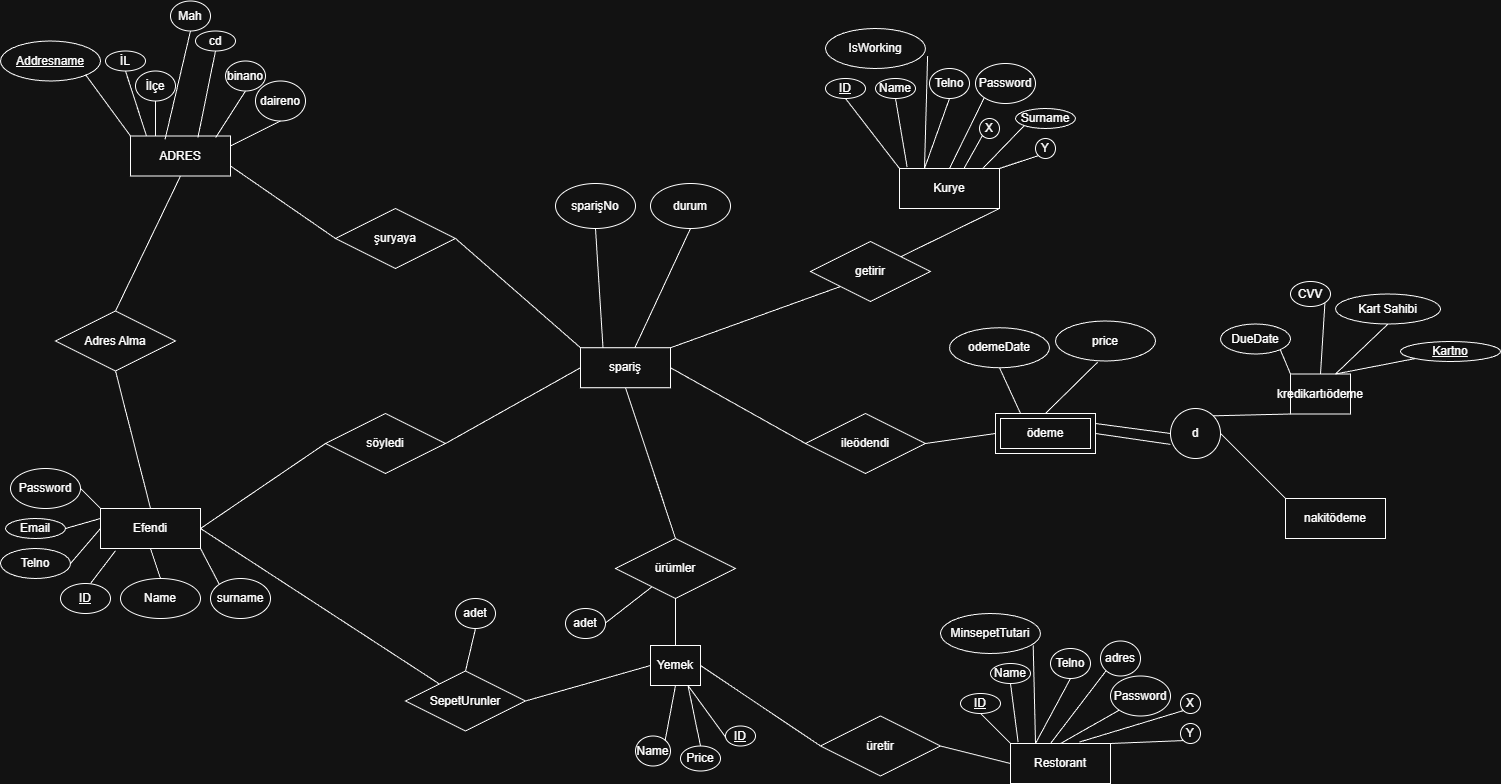
Before: raporlar/EER.png, a diagram exported from draw.io (DemirDorukDilek/TekneEkmegi). Source tidied: cells renumbered, new cells last; positions are measured from the earlier drawing's top-left corner, leaving out a move shared by most shapes.
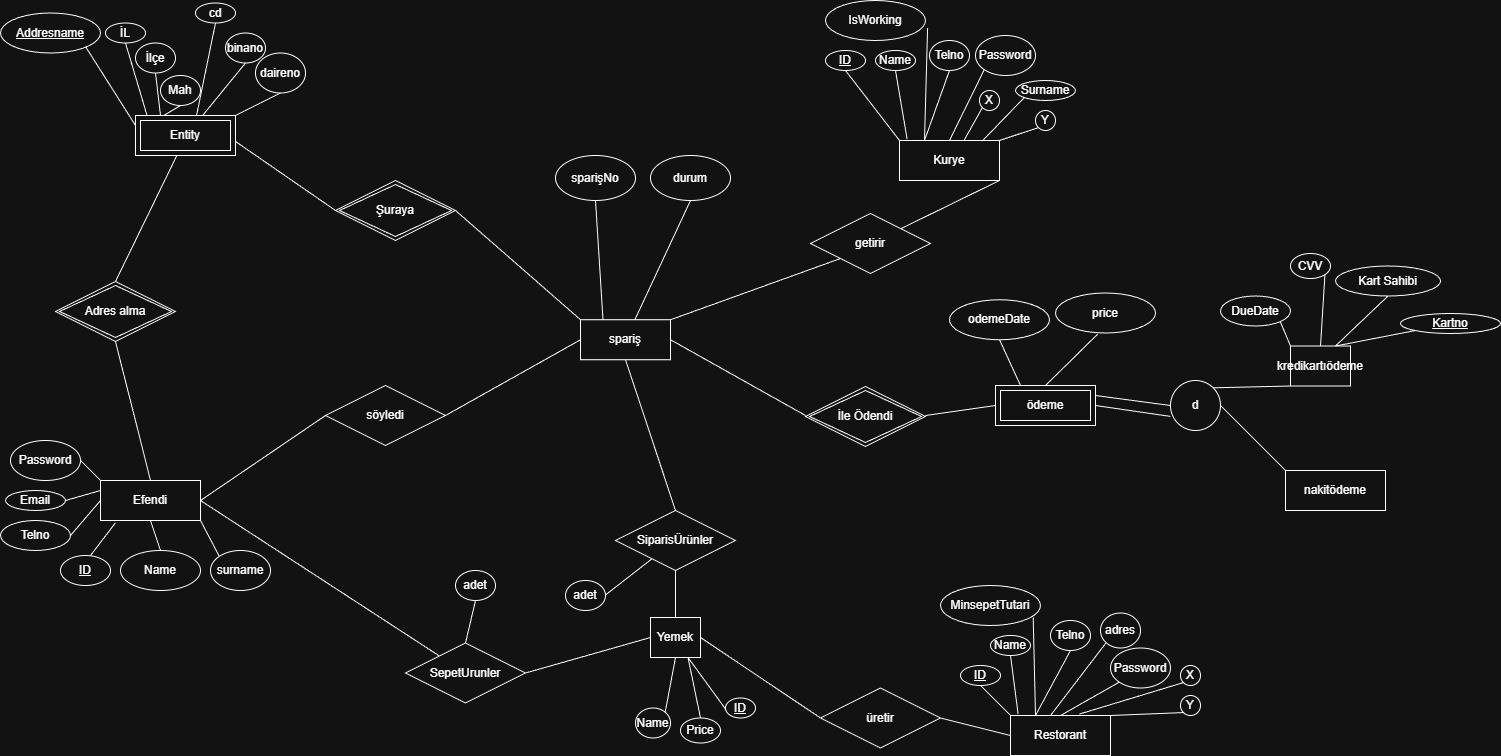
After the commit.

Change to the diagram source:
```diff
@@ -164,50 +164,49 @@
     <mxCell id="55" style="endArrow=none;html=1;rounded=0;entryX=0.5;entryY=0;entryDx=0;entryDy=0;exitX=0.75;exitY=1;exitDx=0;exitDy=0;" parent="1" edge="1" source="49" target="54">
       <mxGeometry relative="1" as="geometry" />
     </mxCell>
-    <mxCell id="56" value="ADRES" style="whiteSpace=wrap;html=1;align=center;" parent="1" vertex="1">
-      <mxGeometry x="130" y="135.5" width="100" height="40" as="geometry" />
-    </mxCell>
     <mxCell id="57" value="Addresname" style="ellipse;whiteSpace=wrap;html=1;align=center;fontStyle=4;" parent="1" vertex="1">
       <mxGeometry y="40.5" width="100" height="40" as="geometry" />
     </mxCell>
-    <mxCell id="58" style="endArrow=none;html=1;rounded=0;exitX=1;exitY=1;exitDx=0;exitDy=0;entryX=0;entryY=0;entryDx=0;entryDy=0;" parent="1" edge="1" source="57" target="56">
+    <mxCell id="58" style="endArrow=none;html=1;rounded=0;exitX=1;exitY=1;exitDx=0;exitDy=0;entryX=0;entryY=0.25;entryDx=0;entryDy=0;" parent="1" edge="1" source="57" target="124">
       <mxGeometry relative="1" as="geometry" />
     </mxCell>
     <mxCell id="59" value="İL" style="ellipse;whiteSpace=wrap;html=1;align=center;" parent="1" vertex="1">
       <mxGeometry x="105" y="50.5" width="40" height="20" as="geometry" />
     </mxCell>
-    <mxCell id="60" style="endArrow=none;html=1;rounded=0;exitX=0.5;exitY=1;exitDx=0;exitDy=0;entryX=0.159;entryY=-0.006;entryDx=0;entryDy=0;entryPerimeter=0;" parent="1" edge="1" source="59" target="56">
+    <mxCell id="60" style="endArrow=none;html=1;rounded=0;exitX=0.5;exitY=1;exitDx=0;exitDy=0;entryX=0.12;entryY=0.039;entryDx=0;entryDy=0;entryPerimeter=0;" parent="1" edge="1" source="59" target="124">
       <mxGeometry relative="1" as="geometry" />
     </mxCell>
     <mxCell id="61" value="İlçe" style="ellipse;whiteSpace=wrap;html=1;align=center;" parent="1" vertex="1">
       <mxGeometry x="135" y="70.5" width="40" height="30" as="geometry" />
     </mxCell>
-    <mxCell id="62" style="endArrow=none;html=1;rounded=0;exitX=0.5;exitY=1;exitDx=0;exitDy=0;entryX=0.25;entryY=0;entryDx=0;entryDy=0;" parent="1" edge="1" source="61" target="56">
+    <mxCell id="62" style="endArrow=none;html=1;rounded=0;exitX=0.5;exitY=1;exitDx=0;exitDy=0;entryX=0.25;entryY=0;entryDx=0;entryDy=0;" parent="1" edge="1" source="61" target="124">
       <mxGeometry relative="1" as="geometry" />
     </mxCell>
     <mxCell id="63" value="Mah" style="ellipse;whiteSpace=wrap;html=1;align=center;" parent="1" vertex="1">
-      <mxGeometry x="170" y="0.5" width="40" height="30" as="geometry" />
+      <mxGeometry x="160" y="103" width="40" height="30" as="geometry" />
     </mxCell>
-    <mxCell id="64" style="endArrow=none;html=1;rounded=0;exitX=0.5;exitY=1;exitDx=0;exitDy=0;entryX=0.346;entryY=0.083;entryDx=0;entryDy=0;entryPerimeter=0;" parent="1" edge="1" source="63" target="56">
+    <mxCell id="64" style="endArrow=none;html=1;rounded=0;exitX=0.5;exitY=1;exitDx=0;exitDy=0;entryX=0.2;entryY=0.125;entryDx=0;entryDy=0;entryPerimeter=0;" parent="1" edge="1" source="63" target="124">
       <mxGeometry relative="1" as="geometry" />
     </mxCell>
     <mxCell id="65" value="cd" style="ellipse;whiteSpace=wrap;html=1;align=center;" parent="1" vertex="1">
       <mxGeometry x="195" y="30.5" width="40" height="20" as="geometry" />
     </mxCell>
-    <mxCell id="66" style="endArrow=none;html=1;rounded=0;exitX=0.5;exitY=1;exitDx=0;exitDy=0;entryX=0.674;entryY=0.039;entryDx=0;entryDy=0;entryPerimeter=0;" parent="1" edge="1" source="65" target="56">
+    <mxCell id="66" style="endArrow=none;html=1;rounded=0;exitX=0.5;exitY=1;exitDx=0;exitDy=0;entryX=0.6;entryY=0.125;entryDx=0;entryDy=0;entryPerimeter=0;" parent="1" edge="1" source="65" target="124">
       <mxGeometry relative="1" as="geometry" />
     </mxCell>
     <mxCell id="67" value="binano" style="ellipse;whiteSpace=wrap;html=1;align=center;" parent="1" vertex="1">
       <mxGeometry x="225" y="60.5" width="40" height="30" as="geometry" />
     </mxCell>
-    <mxCell id="68" style="endArrow=none;html=1;rounded=0;exitX=0.5;exitY=1;exitDx=0;exitDy=0;entryX=0.852;entryY=0.039;entryDx=0;entryDy=0;entryPerimeter=0;" parent="1" edge="1" source="67" target="56">
+    <mxCell id="68" style="endArrow=none;html=1;rounded=0;exitX=0.5;exitY=1;exitDx=0;exitDy=0;entryX=0.644;entryY=0.083;entryDx=0;entryDy=0;entryPerimeter=0;" parent="1" edge="1" source="67" target="124">
       <mxGeometry relative="1" as="geometry" />
     </mxCell>
     <mxCell id="69" value="daireno" style="ellipse;whiteSpace=wrap;html=1;align=center;" parent="1" vertex="1">
       <mxGeometry x="255" y="80.5" width="50" height="40" as="geometry" />
     </mxCell>
-    <mxCell id="70" style="endArrow=none;html=1;rounded=0;exitX=0.5;exitY=1;exitDx=0;exitDy=0;entryX=1;entryY=0.25;entryDx=0;entryDy=0;" parent="1" edge="1" source="69" target="56">
-      <mxGeometry relative="1" as="geometry" />
+    <mxCell id="70" style="endArrow=none;html=1;rounded=0;exitX=0.5;exitY=1;exitDx=0;exitDy=0;entryX=1;entryY=0.25;entryDx=0;entryDy=0;" parent="1" edge="1" source="69">
+      <mxGeometry relative="1" as="geometry">
+        <mxPoint x="230" y="145.5" as="targetPoint" />
+      </mxGeometry>
     </mxCell>
     <mxCell id="71" style="endArrow=none;html=1;rounded=0;entryX=0.5;entryY=1;entryDx=0;entryDy=0;exitX=0.5;exitY=0;exitDx=0;exitDy=0;" parent="1" edge="1" source="89" target="72">
       <mxGeometry relative="1" as="geometry" />
@@ -251,14 +250,13 @@
     <mxCell id="84" style="endArrow=none;html=1;rounded=0;entryX=0;entryY=0;entryDx=0;entryDy=0;exitX=1;exitY=1;exitDx=0;exitDy=0;" parent="1" edge="1" source="83" target="76">
       <mxGeometry relative="1" as="geometry" />
     </mxCell>
-    <mxCell id="85" value="Adres Alma" style="shape=rhombus;perimeter=rhombusPerimeter;whiteSpace=wrap;html=1;align=center;" parent="1" vertex="1">
-      <mxGeometry x="55" y="310.5" width="120" height="60" as="geometry" />
-    </mxCell>
-    <mxCell id="86" style="endArrow=none;html=1;rounded=0;exitX=0.5;exitY=0;exitDx=0;exitDy=0;entryX=0.5;entryY=1;entryDx=0;entryDy=0;" parent="1" edge="1" source="2" target="85">
+    <mxCell id="86" style="endArrow=none;html=1;rounded=0;exitX=0.5;exitY=0;exitDx=0;exitDy=0;entryX=0.5;entryY=1;entryDx=0;entryDy=0;" parent="1" edge="1" source="2" target="125">
       <mxGeometry relative="1" as="geometry" />
     </mxCell>
-    <mxCell id="87" style="endArrow=none;html=1;rounded=0;entryX=0.5;entryY=0;entryDx=0;entryDy=0;exitX=0.5;exitY=1;exitDx=0;exitDy=0;" parent="1" edge="1" source="56" target="85">
-      <mxGeometry relative="1" as="geometry" />
+    <mxCell id="87" style="endArrow=none;html=1;rounded=0;entryX=0.5;entryY=0;entryDx=0;entryDy=0;exitX=0.5;exitY=1;exitDx=0;exitDy=0;" parent="1" edge="1" target="125">
+      <mxGeometry relative="1" as="geometry">
+        <mxPoint x="180" y="175.5" as="sourcePoint" />
+      </mxGeometry>
     </mxCell>
     <mxCell id="88" style="endArrow=none;html=1;rounded=0;exitX=1;exitY=0.5;exitDx=0;exitDy=0;" parent="1" edge="1" source="2" target="89">
       <mxGeometry relative="1" as="geometry" />
@@ -284,7 +282,7 @@
     <mxCell id="95" value="adet" style="ellipse;whiteSpace=wrap;html=1;align=center;" parent="1" vertex="1">
       <mxGeometry x="565" y="608" width="40" height="30" as="geometry" />
     </mxCell>
-    <mxCell id="96" value="ürümler" style="shape=rhombus;perimeter=rhombusPerimeter;whiteSpace=wrap;html=1;align=center;" parent="1" vertex="1">
+    <mxCell id="96" value="SiparisÜrünler" style="shape=rhombus;perimeter=rhombusPerimeter;whiteSpace=wrap;html=1;align=center;" parent="1" vertex="1">
       <mxGeometry x="615" y="538" width="120" height="60" as="geometry" />
     </mxCell>
     <mxCell id="97" style="endArrow=none;html=1;rounded=0;exitX=0.5;exitY=0;exitDx=0;exitDy=0;entryX=0.5;entryY=1;entryDx=0;entryDy=0;" parent="1" edge="1" source="49" target="96">
@@ -308,14 +306,16 @@
     <mxCell id="103" style="endArrow=none;html=1;rounded=0;exitX=1;exitY=0.5;exitDx=0;exitDy=0;entryX=0;entryY=0.5;entryDx=0;entryDy=0;" parent="1" edge="1" source="101" target="73">
       <mxGeometry relative="1" as="geometry" />
     </mxCell>
-    <mxCell id="104" value="şuryaya" style="shape=rhombus;perimeter=rhombusPerimeter;whiteSpace=wrap;html=1;align=center;" parent="1" vertex="1">
-      <mxGeometry x="335" y="208" width="120" height="60" as="geometry" />
-    </mxCell>
-    <mxCell id="105" style="endArrow=none;html=1;rounded=0;entryX=0;entryY=0.5;entryDx=0;entryDy=0;exitX=1;exitY=0.75;exitDx=0;exitDy=0;" parent="1" edge="1" source="56" target="104">
-      <mxGeometry relative="1" as="geometry" />
+    <mxCell id="105" style="endArrow=none;html=1;rounded=0;entryX=0;entryY=0.5;entryDx=0;entryDy=0;exitX=1;exitY=0.75;exitDx=0;exitDy=0;" parent="1" edge="1">
+      <mxGeometry relative="1" as="geometry">
+        <mxPoint x="230" y="165.5" as="sourcePoint" />
+        <mxPoint x="335" y="238" as="targetPoint" />
+      </mxGeometry>
     </mxCell>
-    <mxCell id="106" style="endArrow=none;html=1;rounded=0;exitX=1;exitY=0.5;exitDx=0;exitDy=0;entryX=0;entryY=0;entryDx=0;entryDy=0;" parent="1" edge="1" source="104" target="73">
-      <mxGeometry relative="1" as="geometry" />
+    <mxCell id="106" style="endArrow=none;html=1;rounded=0;exitX=1;exitY=0.5;exitDx=0;exitDy=0;entryX=0;entryY=0;entryDx=0;entryDy=0;" parent="1" edge="1" target="73">
+      <mxGeometry relative="1" as="geometry">
+        <mxPoint x="455" y="238" as="sourcePoint" />
+      </mxGeometry>
     </mxCell>
     <mxCell id="107" value="getirir" style="shape=rhombus;perimeter=rhombusPerimeter;whiteSpace=wrap;html=1;align=center;" parent="1" vertex="1">
       <mxGeometry x="810" y="241" width="120" height="60" as="geometry" />
@@ -326,14 +326,15 @@
     <mxCell id="109" style="endArrow=none;html=1;rounded=0;exitX=1;exitY=0;exitDx=0;exitDy=0;entryX=0;entryY=1;entryDx=0;entryDy=0;" parent="1" edge="1" source="73" target="107">
       <mxGeometry relative="1" as="geometry" />
     </mxCell>
-    <mxCell id="110" value="ileödendi" style="shape=rhombus;perimeter=rhombusPerimeter;whiteSpace=wrap;html=1;align=center;" parent="1" vertex="1">
-      <mxGeometry x="805" y="413" width="120" height="60" as="geometry" />
-    </mxCell>
-    <mxCell id="111" style="endArrow=none;html=1;rounded=0;exitX=1;exitY=0.5;exitDx=0;exitDy=0;entryX=0;entryY=0.5;entryDx=0;entryDy=0;" parent="1" edge="1" source="73" target="110">
-      <mxGeometry relative="1" as="geometry" />
+    <mxCell id="111" style="endArrow=none;html=1;rounded=0;exitX=1;exitY=0.5;exitDx=0;exitDy=0;entryX=0;entryY=0.5;entryDx=0;entryDy=0;" parent="1" edge="1" source="73">
+      <mxGeometry relative="1" as="geometry">
+        <mxPoint x="805" y="443" as="targetPoint" />
+      </mxGeometry>
     </mxCell>
-    <mxCell id="112" style="endArrow=none;html=1;rounded=0;exitX=1;exitY=0.5;exitDx=0;exitDy=0;entryX=0;entryY=0.5;entryDx=0;entryDy=0;" parent="1" edge="1" source="110" target="120">
-      <mxGeometry relative="1" as="geometry" />
+    <mxCell id="112" style="endArrow=none;html=1;rounded=0;exitX=1;exitY=0.5;exitDx=0;exitDy=0;entryX=0;entryY=0.5;entryDx=0;entryDy=0;" parent="1" edge="1" target="120">
+      <mxGeometry relative="1" as="geometry">
+        <mxPoint x="925" y="443" as="sourcePoint" />
+      </mxGeometry>
     </mxCell>
     <mxCell id="113" value="nakitödeme" style="whiteSpace=wrap;html=1;align=center;" parent="1" vertex="1">
       <mxGeometry x="1285" y="498" width="100" height="40" as="geometry" />
@@ -368,5 +369,17 @@
     <mxCell id="123" style="endArrow=none;html=1;rounded=0;exitX=0.422;exitY=1.028;exitDx=0;exitDy=0;exitPerimeter=0;entryX=0.5;entryY=0;entryDx=0;entryDy=0;" parent="1" edge="1" source="121" target="120">
       <mxGeometry relative="1" as="geometry" />
     </mxCell>
+    <mxCell id="124" value="Entity" style="shape=ext;margin=3;double=1;whiteSpace=wrap;html=1;align=center;" parent="1" vertex="1">
+      <mxGeometry x="135" y="143" width="100" height="40" as="geometry" />
+    </mxCell>
+    <mxCell id="125" value="Adres alma" style="shape=rhombus;double=1;perimeter=rhombusPerimeter;whiteSpace=wrap;html=1;align=center;" parent="1" vertex="1">
+      <mxGeometry x="55" y="309" width="120" height="60" as="geometry" />
+    </mxCell>
+    <mxCell id="126" value="Şuraya" style="shape=rhombus;double=1;perimeter=rhombusPerimeter;whiteSpace=wrap;html=1;align=center;" parent="1" vertex="1">
+      <mxGeometry x="335" y="208" width="120" height="60" as="geometry" />
+    </mxCell>
+    <mxCell id="127" value="İle Ödendi" style="shape=rhombus;double=1;perimeter=rhombusPerimeter;whiteSpace=wrap;html=1;align=center;" parent="1" vertex="1">
+      <mxGeometry x="805" y="414" width="120" height="60" as="geometry" />
+    </mxCell>
   </root>
 </mxGraphModel>
```
